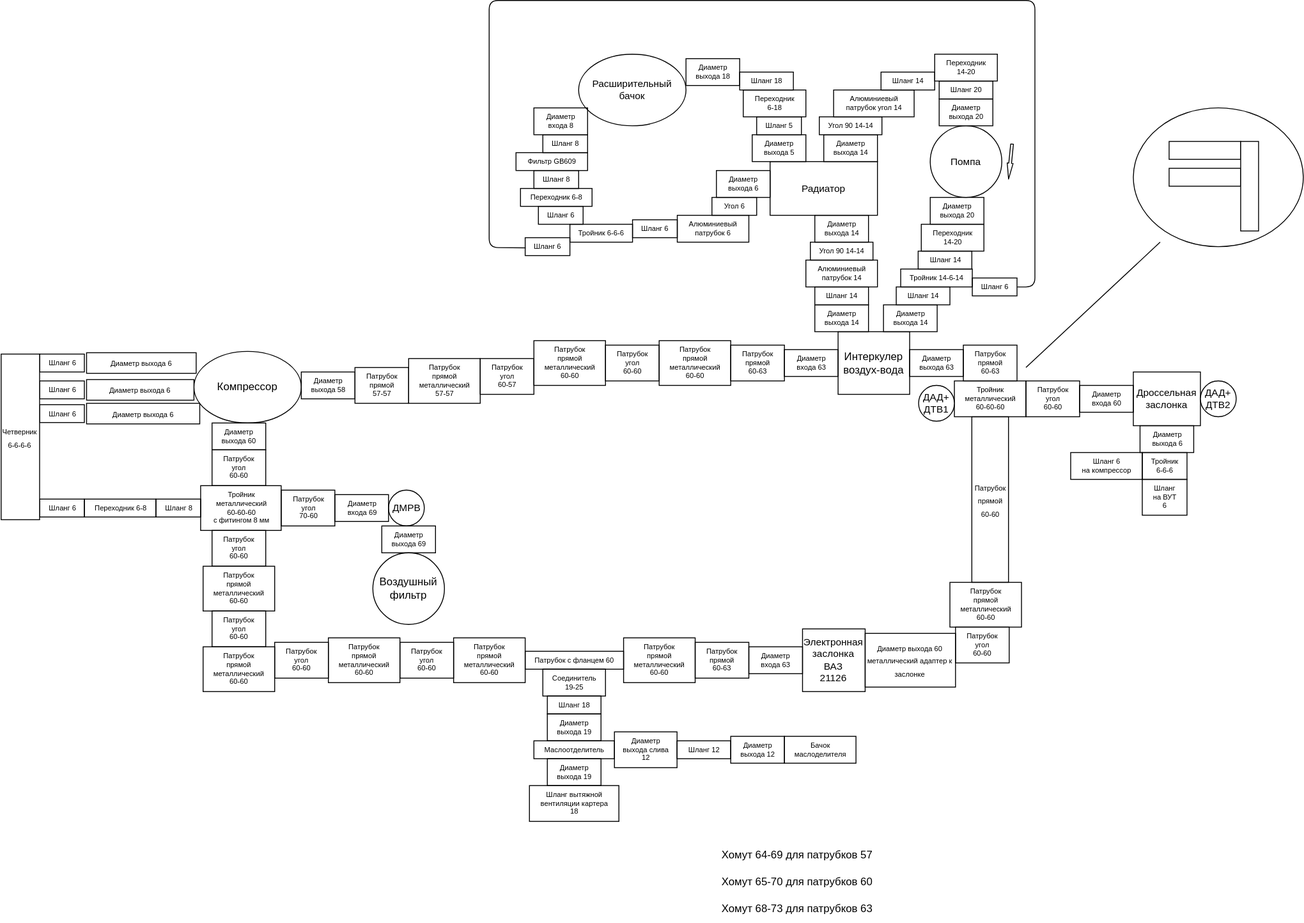
The draw.io diagram pipes_scheme.drawio.svg in kak-tus/compressor, before a commit. Source tidied: cells renumbered, new cells last; positions are measured from the earlier drawing's top-left corner, leaving out a move shared by most shapes.
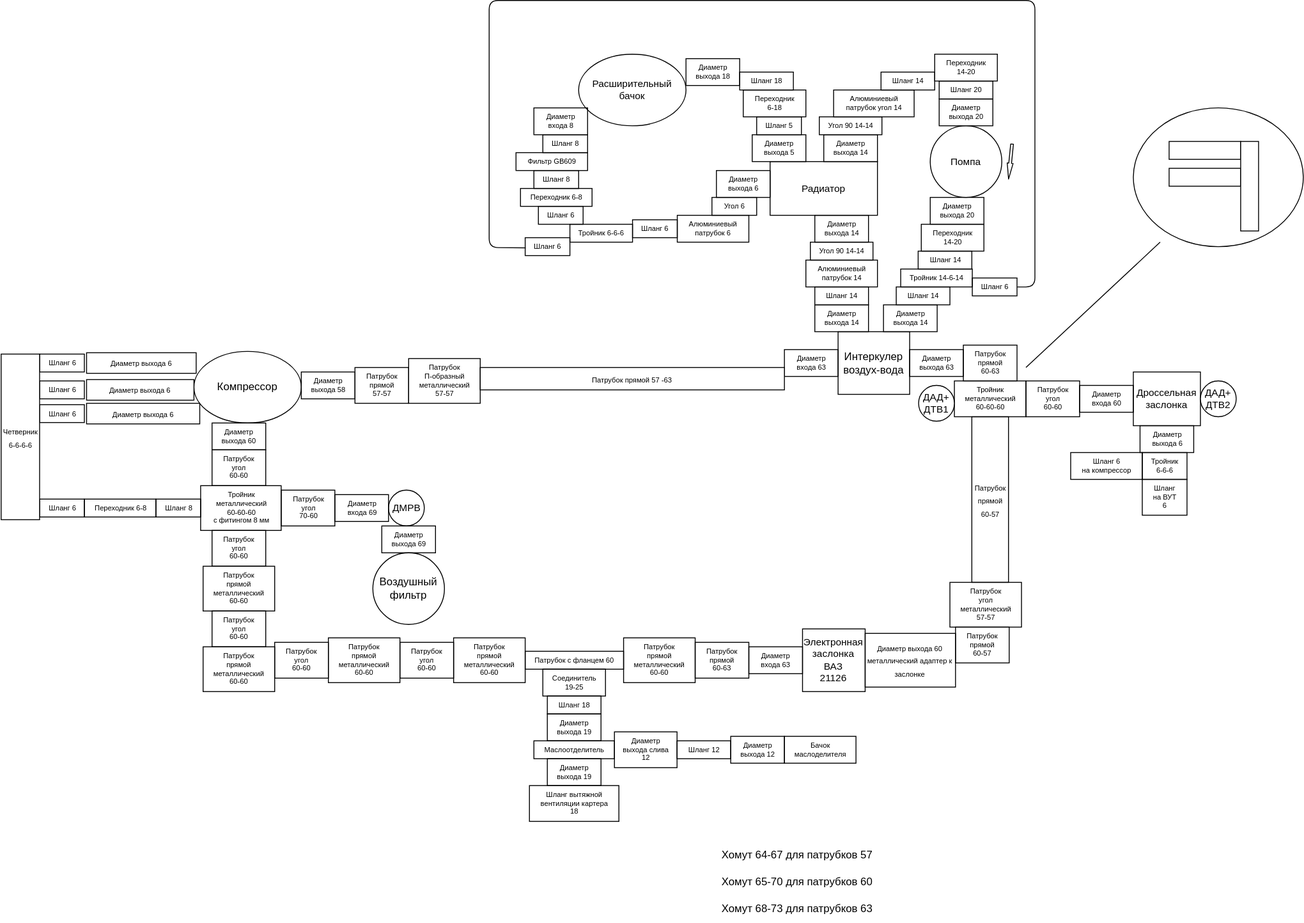
The same file after the commit.

Commit message:
Silicone pipe are inflate, change them to metall.

The edit, as a diff of the source:
```diff
@@ -50,10 +50,10 @@
     <mxCell id="17" value="Тройник&lt;br&gt;металлический&lt;br&gt;60-60-60" style="text;html=1;align=center;verticalAlign=middle;strokeColor=default;fillColor=none;fontSize=8;" parent="1" vertex="1">
       <mxGeometry x="1066" y="425" width="80" height="40" as="geometry" />
     </mxCell>
-    <mxCell id="18" value="Патрубок&lt;br&gt;прямой&lt;br&gt;металлический&lt;br&gt;60-60" style="text;html=1;align=center;verticalAlign=middle;strokeColor=default;fillColor=none;fontSize=8;" parent="1" vertex="1">
+    <mxCell id="18" value="Патрубок&lt;br&gt;угол&lt;br&gt;металлический&lt;br&gt;57-57" style="text;html=1;align=center;verticalAlign=middle;strokeColor=default;fillColor=none;fontSize=8;" parent="1" vertex="1">
       <mxGeometry x="1061" y="650" width="80" height="50" as="geometry" />
     </mxCell>
-    <mxCell id="19" value="Патрубок&lt;br&gt;угол&lt;br&gt;60-60" style="text;html=1;align=center;verticalAlign=middle;strokeColor=default;fillColor=none;fontSize=8;" parent="1" vertex="1">
+    <mxCell id="19" value="Патрубок&lt;br&gt;прямой&lt;br&gt;60-57" style="text;html=1;align=center;verticalAlign=middle;strokeColor=default;fillColor=none;fontSize=8;" parent="1" vertex="1">
       <mxGeometry x="1067.2" y="700" width="60" height="40" as="geometry" />
     </mxCell>
     <mxCell id="20" value="Патрубок&lt;br&gt;прямой&lt;br&gt;60-63" style="text;html=1;align=center;verticalAlign=middle;strokeColor=default;fillColor=none;fontSize=8;" parent="1" vertex="1">
@@ -161,9 +161,6 @@
     <mxCell id="54" value="&lt;span style=&quot;font-size: 8px;&quot;&gt;Диаметр&amp;nbsp;&lt;/span&gt;&lt;span style=&quot;font-size: 8px;&quot;&gt;выхода 60&lt;/span&gt;&lt;br style=&quot;border-color: var(--border-color); font-size: 8px;&quot;&gt;&lt;span style=&quot;font-size: 8px;&quot;&gt;металлический&amp;nbsp;&lt;/span&gt;&lt;span style=&quot;font-size: 8px;&quot;&gt;адаптер к&amp;nbsp;&lt;/span&gt;&lt;span style=&quot;font-size: 8px;&quot;&gt;заслонке&lt;/span&gt;" style="rounded=0;whiteSpace=wrap;html=1;strokeColor=default;fillColor=none;" parent="1" vertex="1">
       <mxGeometry x="966.2" y="707" width="101" height="60" as="geometry" />
     </mxCell>
-    <mxCell id="55" value="Патрубок&lt;br&gt;прямой&lt;br&gt;60-63" style="text;html=1;align=center;verticalAlign=middle;strokeColor=default;fillColor=none;fontSize=8;" parent="1" vertex="1">
-      <mxGeometry x="816" y="385" width="60" height="40" as="geometry" />
-    </mxCell>
     <mxCell id="56" value="Патрубок&lt;br&gt;прямой&lt;br&gt;60-63" style="text;html=1;align=center;verticalAlign=middle;strokeColor=default;fillColor=none;fontSize=8;" parent="1" vertex="1">
       <mxGeometry x="1076" y="385" width="60" height="40" as="geometry" />
     </mxCell>
@@ -173,7 +170,7 @@
     <mxCell id="58" value="ДАД+&lt;br&gt;ДТВ1" style="ellipse;whiteSpace=wrap;html=1;fontFamily=Helvetica;fontSize=11;fontColor=default;" parent="1" vertex="1">
       <mxGeometry x="1026" y="430" width="40" height="40" as="geometry" />
     </mxCell>
-    <mxCell id="59" value="&lt;span style=&quot;font-size: 8px;&quot;&gt;Патрубок&lt;/span&gt;&lt;br style=&quot;border-color: var(--border-color); font-size: 8px;&quot;&gt;&lt;span style=&quot;font-size: 8px;&quot;&gt;прямой&lt;/span&gt;&lt;br style=&quot;border-color: var(--border-color); font-size: 8px;&quot;&gt;&lt;span style=&quot;font-size: 8px;&quot;&gt;60-60&lt;/span&gt;" style="rounded=0;whiteSpace=wrap;html=1;strokeColor=default;fillColor=none;" parent="1" vertex="1">
+    <mxCell id="59" value="&lt;span style=&quot;font-size: 8px;&quot;&gt;Патрубок&lt;/span&gt;&lt;br style=&quot;border-color: var(--border-color); font-size: 8px;&quot;&gt;&lt;span style=&quot;font-size: 8px;&quot;&gt;прямой&lt;/span&gt;&lt;br style=&quot;border-color: var(--border-color); font-size: 8px;&quot;&gt;&lt;span style=&quot;font-size: 8px;&quot;&gt;60-57&lt;/span&gt;" style="rounded=0;whiteSpace=wrap;html=1;strokeColor=default;fillColor=none;" parent="1" vertex="1">
       <mxGeometry x="1085.5" y="465" width="41" height="185" as="geometry" />
     </mxCell>
     <mxCell id="60" value="Хомут 65-70 для патрубков 60" style="text;html=1;align=center;verticalAlign=middle;strokeColor=none;fillColor=none;" parent="1" vertex="1">
@@ -200,18 +197,6 @@
     <mxCell id="67" value="Патрубок&lt;br&gt;прямой&lt;br&gt;металлический&lt;br&gt;60-60" style="text;html=1;align=center;verticalAlign=middle;strokeColor=default;fillColor=none;fontSize=8;" parent="1" vertex="1">
       <mxGeometry x="696.2" y="712" width="80" height="50" as="geometry" />
     </mxCell>
-    <mxCell id="68" value="Патрубок&lt;br&gt;прямой&lt;br&gt;металлический&lt;br&gt;60-60" style="text;html=1;align=center;verticalAlign=middle;strokeColor=default;fillColor=none;fontSize=8;" parent="1" vertex="1">
-      <mxGeometry x="736" y="380" width="80" height="50" as="geometry" />
-    </mxCell>
-    <mxCell id="69" value="Патрубок&lt;br&gt;угол&lt;br&gt;60-57" style="text;html=1;align=center;verticalAlign=middle;strokeColor=default;fillColor=none;fontSize=8;" parent="1" vertex="1">
-      <mxGeometry x="536" y="400" width="60" height="40" as="geometry" />
-    </mxCell>
-    <mxCell id="70" value="Патрубок&lt;br&gt;прямой&lt;br&gt;металлический&lt;br&gt;60-60" style="text;html=1;align=center;verticalAlign=middle;strokeColor=default;fillColor=none;fontSize=8;" parent="1" vertex="1">
-      <mxGeometry x="596" y="380" width="80" height="50" as="geometry" />
-    </mxCell>
-    <mxCell id="71" value="Патрубок&lt;br&gt;угол&lt;br&gt;60-60" style="text;html=1;align=center;verticalAlign=middle;strokeColor=default;fillColor=none;fontSize=8;" parent="1" vertex="1">
-      <mxGeometry x="676" y="385" width="60" height="40" as="geometry" />
-    </mxCell>
     <mxCell id="72" value="Патрубок&lt;br&gt;угол&lt;br&gt;60-60" style="text;html=1;align=center;verticalAlign=middle;strokeColor=default;fillColor=none;fontSize=8;" parent="1" vertex="1">
       <mxGeometry x="236.2" y="502" width="60" height="40" as="geometry" />
     </mxCell>
@@ -254,13 +239,13 @@
     <mxCell id="84" value="Хомут 68-73 для патрубков 63" style="text;html=1;align=center;verticalAlign=middle;strokeColor=none;fillColor=none;" parent="1" vertex="1">
       <mxGeometry x="795" y="1000" width="190" height="30" as="geometry" />
     </mxCell>
-    <mxCell id="85" value="Патрубок&lt;br&gt;прямой&lt;br&gt;металлический&lt;br&gt;57-57" style="text;html=1;align=center;verticalAlign=middle;strokeColor=default;fillColor=none;fontSize=8;" parent="1" vertex="1">
+    <mxCell id="85" value="Патрубок&lt;br&gt;П-образный&lt;br&gt;металлический&lt;br&gt;57-57" style="text;html=1;align=center;verticalAlign=middle;strokeColor=default;fillColor=none;fontSize=8;" parent="1" vertex="1">
       <mxGeometry x="456" y="400" width="80" height="50" as="geometry" />
     </mxCell>
     <mxCell id="86" value="Патрубок&lt;br&gt;прямой&lt;br&gt;57-57" style="text;html=1;align=center;verticalAlign=middle;strokeColor=default;fillColor=none;fontSize=8;" parent="1" vertex="1">
       <mxGeometry x="396" y="410" width="60" height="40" as="geometry" />
     </mxCell>
-    <mxCell id="87" value="Хомут 64-69 для патрубков 57" style="text;html=1;align=center;verticalAlign=middle;strokeColor=none;fillColor=none;" parent="1" vertex="1">
+    <mxCell id="87" value="Хомут 64-67 для патрубков 57" style="text;html=1;align=center;verticalAlign=middle;strokeColor=none;fillColor=none;" parent="1" vertex="1">
       <mxGeometry x="795" y="940" width="190" height="30" as="geometry" />
     </mxCell>
     <mxCell id="88" value="Патрубок&lt;br&gt;прямой&lt;br&gt;металлический&lt;br&gt;60-60" style="text;html=1;align=center;verticalAlign=middle;strokeColor=default;fillColor=none;fontSize=8;" parent="1" vertex="1">
@@ -369,5 +354,8 @@
     <mxCell id="119" value="Шланг 6" style="text;html=1;align=center;verticalAlign=middle;points=[[0.01,0.57,0,0,0]];strokeColor=default;fillColor=none;fontSize=8;" parent="1" vertex="1">
       <mxGeometry x="586.2" y="265" width="50" height="20" as="geometry" />
     </mxCell>
+    <mxCell id="120" value="&lt;span style=&quot;font-size: 8px;&quot;&gt;Патрубок&amp;nbsp;&lt;/span&gt;&lt;span style=&quot;font-size: 8px;&quot;&gt;прямой 57&lt;/span&gt;&lt;span style=&quot;font-size: 8px;&quot;&gt;-63&lt;/span&gt;" style="rounded=0;whiteSpace=wrap;html=1;" parent="1" vertex="1">
+      <mxGeometry x="536" y="410" width="340" height="25" as="geometry" />
+    </mxCell>
   </root>
 </mxGraphModel>
```
